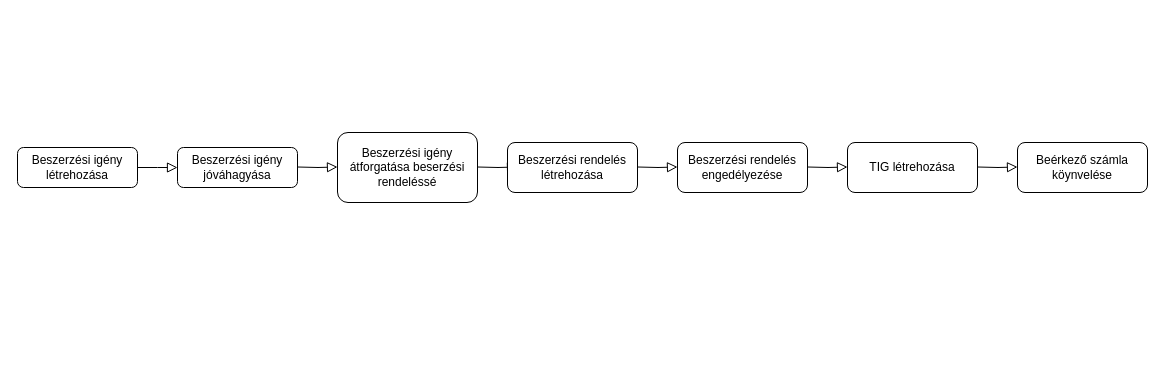
The draw.io diagram MMFlow.drawio in xcom169/xcom169, before the edit. Source tidied: cells renumbered, new cells numbered last; positions are measured from the earlier drawing's top-left corner, leaving out a move shared by most shapes. Both pictures are drawn from the tidied source at 100%, with x=0, y=0 at pixel (17, 132).
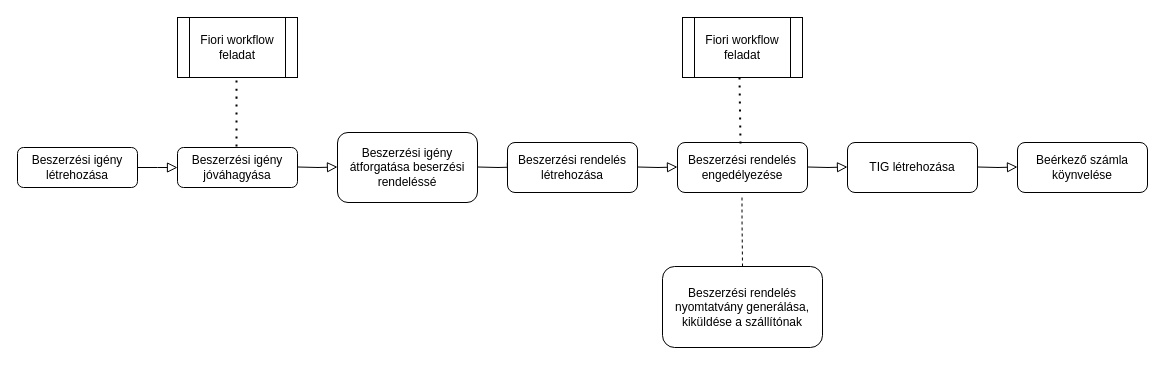
The same diagram, later.

Change to the diagram source:
```diff
@@
+    <mxCell id="15" style="endArrow=none;dashed=1;html=1;" parent="1" edge="1">
+      <mxGeometry relative="1" as="geometry">
+        <mxPoint x="725" y="134" as="sourcePoint" />
+        <mxPoint x="724.5" y="65" as="targetPoint" />
+        <Array as="points">
+          <mxPoint x="724.5" y="85" />
+        </Array>
+      </mxGeometry>
+    </mxCell>
+    <mxCell id="16" value="Beszerzési rendelés nyomtatvány generálása, kiküldése a szállítónak" style="rounded=1;whiteSpace=wrap;html=1;fontSize=12;glass=0;strokeWidth=1;shadow=0;" parent="1" vertex="1">
+      <mxGeometry x="645" y="134" width="160" height="81" as="geometry" />
+    </mxCell>
+    <mxCell id="17" value="Fiori workflow feladat" style="shape=process;whiteSpace=wrap;html=1;backgroundOutline=1;" parent="1" vertex="1">
+      <mxGeometry x="160" y="-115" width="120" height="60" as="geometry" />
+    </mxCell>
+    <mxCell id="18" value="Fiori workflow feladat" style="shape=process;whiteSpace=wrap;html=1;backgroundOutline=1;" parent="1" vertex="1">
+      <mxGeometry x="665" y="-115" width="120" height="60" as="geometry" />
+    </mxCell>
+    <mxCell id="19" style="endArrow=none;dashed=1;html=1;dashPattern=1 3;strokeWidth=2;exitX=0.583;exitY=-0.025;exitDx=0;exitDy=0;exitPerimeter=0;" parent="1" edge="1">
+      <mxGeometry relative="1" as="geometry">
+        <mxPoint x="219" y="14" as="sourcePoint" />
+        <mxPoint x="219" y="-55" as="targetPoint" />
+        <Array as="points">
+          <mxPoint x="219" y="-15" />
+          <mxPoint x="219" y="-35" />
+        </Array>
+      </mxGeometry>
+    </mxCell>
+    <mxCell id="20" style="endArrow=none;dashed=1;html=1;dashPattern=1 3;strokeWidth=2;exitX=0.623;exitY=0.02;exitDx=0;exitDy=0;exitPerimeter=0;" parent="1" edge="1">
+      <mxGeometry relative="1" as="geometry">
+        <mxPoint x="723" y="11" as="sourcePoint" />
+        <mxPoint x="722" y="-55" as="targetPoint" />
+      </mxGeometry>
+    </mxCell>
```
